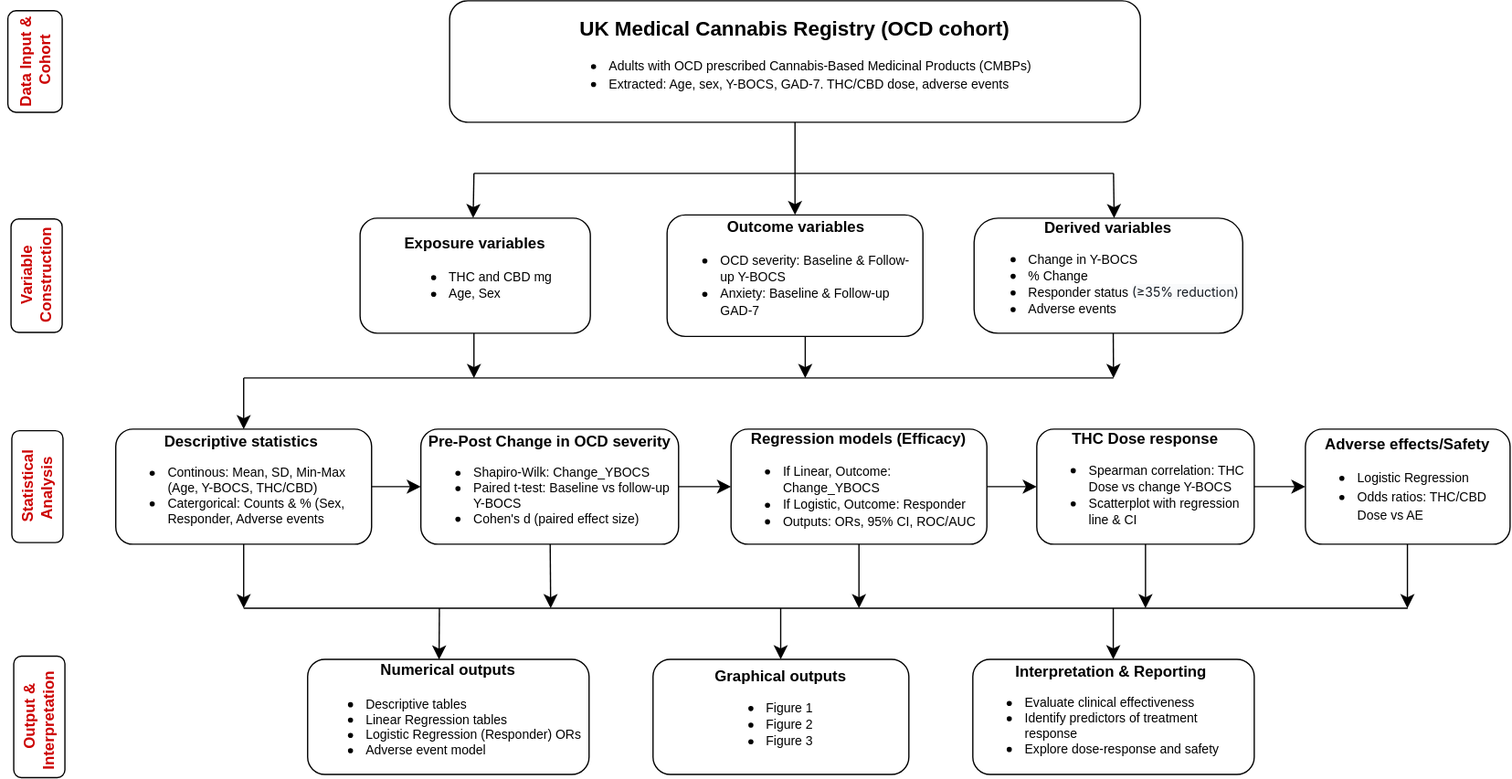
This is Untitled Diagram.drawio.svg from amy-gurung/first-data-project, a draw.io export, as it was before one commit. Source tidied: cells renumbered, new cells last; positions are measured from the earlier drawing's top-left corner, leaving out a move shared by most shapes.
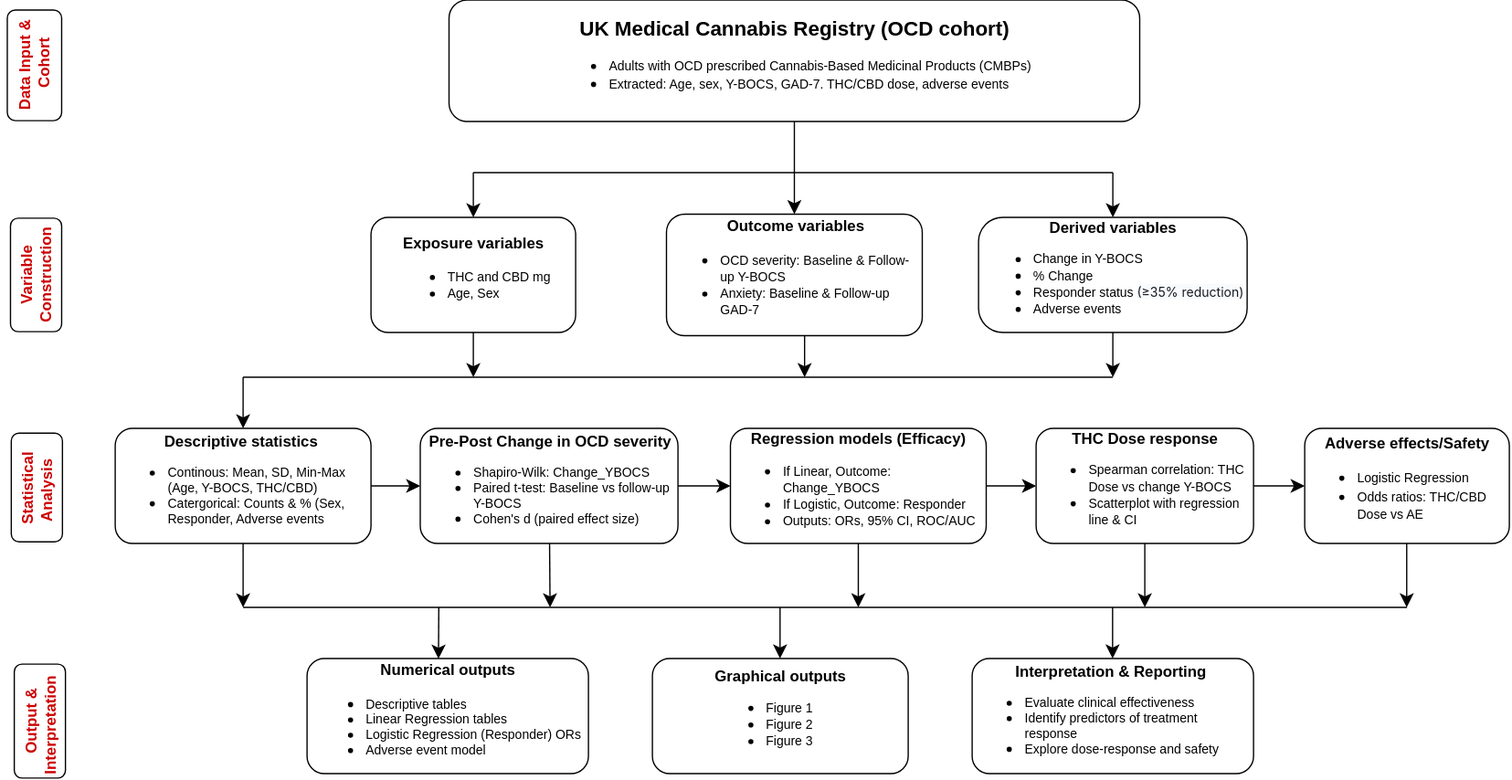
After the commit.

Diff of the diagram source:
```diff
@@ -14,8 +14,8 @@
         <mxPoint x="387" y="295" as="targetPoint" />
       </mxGeometry>
     </mxCell>
-    <mxCell id="5" value="&lt;div style=&quot;line-height: 100%;&quot;&gt;&lt;div&gt;&lt;b&gt;&lt;font style=&quot;line-height: 130%;&quot;&gt;Exposure variables&lt;/font&gt;&lt;/b&gt;&lt;/div&gt;&lt;ul&gt;&lt;li style=&quot;text-align: left;&quot;&gt;&lt;font style=&quot;font-size: 10px;&quot;&gt;THC and CBD mg&lt;br&gt;&lt;/font&gt;&lt;/li&gt;&lt;li style=&quot;text-align: left;&quot;&gt;&lt;font style=&quot;font-size: 10px;&quot;&gt;Age, Sex&lt;/font&gt;&lt;/li&gt;&lt;/ul&gt;&lt;/div&gt;" style="rounded=1;whiteSpace=wrap;html=1;labelBackgroundColor=none;align=center;" parent="1" vertex="1">
-      <mxGeometry x="298" y="170" width="180" height="90" as="geometry" />
+    <mxCell id="5" value="&lt;div style=&quot;line-height: 100%;&quot;&gt;&lt;div style=&quot;&quot;&gt;&lt;b&gt;&lt;font style=&quot;line-height: 130%;&quot;&gt;Exposure variables&lt;/font&gt;&lt;/b&gt;&lt;/div&gt;&lt;ul&gt;&lt;li style=&quot;text-align: left;&quot;&gt;&lt;font style=&quot;font-size: 10px;&quot;&gt;THC and CBD mg&lt;br&gt;&lt;/font&gt;&lt;/li&gt;&lt;li style=&quot;text-align: left;&quot;&gt;&lt;font style=&quot;font-size: 10px;&quot;&gt;Age, Sex&lt;/font&gt;&lt;/li&gt;&lt;/ul&gt;&lt;/div&gt;" style="rounded=1;whiteSpace=wrap;html=1;labelBackgroundColor=none;align=center;" parent="1" vertex="1">
+      <mxGeometry x="307" y="170" width="160" height="90" as="geometry" />
     </mxCell>
     <mxCell id="6" style="edgeStyle=none;curved=1;rounded=0;jettySize=auto;html=1;fontSize=12;startSize=8;endSize=8;exitX=0.54;exitY=0.996;exitDx=0;exitDy=0;exitPerimeter=0;" parent="1" edge="1" source="7">
       <mxGeometry relative="1" as="geometry">
@@ -91,13 +91,13 @@
       <mxGeometry x="777" y="515" width="220" height="90" as="geometry" />
     </mxCell>
     <mxCell id="26" value="&lt;font color=&quot;#cc0000&quot;&gt;&lt;span style=&quot;caret-color: rgb(204, 0, 0);&quot;&gt;&lt;b&gt;Output &amp;amp; Interpretation &amp;nbsp;&lt;/b&gt;&lt;/span&gt;&lt;/font&gt;" style="rounded=1;whiteSpace=wrap;html=1;rotation=-90;" parent="1" vertex="1">
-      <mxGeometry x="-0.2" y="540" width="95" height="40" as="geometry" />
+      <mxGeometry x="3.5" y="543.9" width="89.1" height="40" as="geometry" />
     </mxCell>
     <mxCell id="27" value="&lt;b style=&quot;color: rgb(204, 0, 0);&quot;&gt;Statistical Analysis&amp;nbsp;&lt;/b&gt;" style="rounded=1;whiteSpace=wrap;html=1;rotation=-90;" parent="1" vertex="1">
-      <mxGeometry x="2" y="360" width="87.5" height="40" as="geometry" />
+      <mxGeometry x="3.2" y="361.2" width="85" height="40" as="geometry" />
     </mxCell>
     <mxCell id="28" value="&lt;b style=&quot;color: rgb(204, 0, 0);&quot;&gt;Data Input &amp;amp;&lt;/b&gt;&lt;div&gt;&lt;b style=&quot;color: rgb(204, 0, 0);&quot;&gt;&amp;nbsp;Cohort&lt;/b&gt;&lt;/div&gt;" style="rounded=1;whiteSpace=wrap;html=1;rotation=-90;" parent="1" vertex="1">
-      <mxGeometry x="4.2" y="26.2" width="79.4" height="42.5" as="geometry" />
+      <mxGeometry x="0.6" y="29.8" width="86.6" height="42.5" as="geometry" />
     </mxCell>
     <mxCell id="29" value="&lt;b style=&quot;color: rgb(204, 0, 0);&quot;&gt;Variable Construction&lt;/b&gt;" style="rounded=1;whiteSpace=wrap;html=1;rotation=-90;" parent="1" vertex="1">
       <mxGeometry x="0.8" y="195" width="88.8" height="40" as="geometry" />
@@ -108,13 +108,13 @@
     <mxCell id="31" style="edgeStyle=none;curved=1;rounded=0;orthogonalLoop=1;jettySize=auto;html=1;exitX=0.25;exitY=0;exitDx=0;exitDy=0;fontSize=12;startSize=8;endSize=8;" parent="1" edge="1" source="27" target="27">
       <mxGeometry relative="1" as="geometry" />
     </mxCell>
-    <mxCell id="32" style="edgeStyle=none;curved=1;rounded=0;jettySize=auto;html=1;fontSize=12;startSize=8;endSize=8;exitX=0.518;exitY=0.993;exitDx=0;exitDy=0;exitPerimeter=0;" parent="1" edge="1" source="33">
+    <mxCell id="32" style="edgeStyle=none;curved=1;rounded=0;jettySize=auto;html=1;fontSize=12;startSize=8;endSize=8;exitX=0.5;exitY=1;exitDx=0;exitDy=0;" parent="1" edge="1" source="33">
       <mxGeometry relative="1" as="geometry">
         <mxPoint x="887" y="295" as="targetPoint" />
       </mxGeometry>
     </mxCell>
     <mxCell id="33" value="&lt;div style=&quot;line-height: 100%;&quot;&gt;&lt;div&gt;&lt;b&gt;&lt;font&gt;Derived variables&lt;/font&gt;&lt;/b&gt;&lt;/div&gt;&lt;ul&gt;&lt;li style=&quot;text-align: left;&quot;&gt;&lt;font style=&quot;font-size: 10px;&quot;&gt;Change in Y-BOCS&lt;br&gt;&lt;/font&gt;&lt;/li&gt;&lt;li style=&quot;text-align: left;&quot;&gt;&lt;font style=&quot;font-size: 10px;&quot;&gt;% Change&lt;br&gt;&lt;/font&gt;&lt;/li&gt;&lt;li style=&quot;text-align: left;&quot;&gt;&lt;font style=&quot;font-size: 10px;&quot;&gt;Responder status&amp;nbsp;&lt;span style=&quot;caret-color: rgb(22, 28, 36); color: rgb(22, 28, 36); font-family: -apple-system, BlinkMacSystemFont, &amp;quot;Proxima Nova&amp;quot;, &amp;quot;Segoe UI&amp;quot;, Roboto, Helvetica, Arial, sans-serif; background-color: rgb(249, 250, 251);&quot;&gt;(≥35% reduction)&lt;/span&gt;&lt;br&gt;&lt;/font&gt;&lt;/li&gt;&lt;li style=&quot;text-align: left;&quot;&gt;&lt;font style=&quot;font-size: 10px;&quot;&gt;Adverse events&amp;nbsp;&lt;/font&gt;&lt;/li&gt;&lt;/ul&gt;&lt;/div&gt;" style="rounded=1;whiteSpace=wrap;html=1;labelBackgroundColor=none;spacing=1;arcSize=21;" parent="1" vertex="1">
-      <mxGeometry x="778" y="170" width="210" height="90" as="geometry" />
+      <mxGeometry x="782" y="170" width="210" height="90" as="geometry" />
     </mxCell>
     <mxCell id="34" style="endArrow=none;html=1;rounded=0;fontSize=12;startSize=8;endSize=8;curved=1;" parent="1" edge="1">
       <mxGeometry relative="1" as="geometry">
@@ -133,15 +133,15 @@
         <mxPoint x="207" y="295" as="sourcePoint" />
       </mxGeometry>
     </mxCell>
-    <mxCell id="37" style="endArrow=classic;html=1;rounded=0;fontSize=12;startSize=8;endSize=8;curved=1;entryX=0.491;entryY=-0.001;entryDx=0;entryDy=0;entryPerimeter=0;" parent="1" edge="1" target="5">
+    <mxCell id="37" style="endArrow=classic;html=1;rounded=0;fontSize=12;startSize=8;endSize=8;curved=1;" parent="1" edge="1">
       <mxGeometry relative="1" as="geometry">
         <mxPoint x="387" y="135" as="sourcePoint" />
+        <mxPoint x="387" y="170" as="targetPoint" />
       </mxGeometry>
     </mxCell>
-    <mxCell id="38" style="endArrow=classic;html=1;rounded=0;fontSize=12;startSize=8;endSize=8;curved=1;entryX=0.491;entryY=-0.001;entryDx=0;entryDy=0;entryPerimeter=0;" parent="1" edge="1">
+    <mxCell id="38" style="endArrow=classic;html=1;rounded=0;fontSize=12;startSize=8;endSize=8;curved=1;entryX=0.5;entryY=0;entryDx=0;entryDy=0;" parent="1" edge="1" target="33">
       <mxGeometry relative="1" as="geometry">
         <mxPoint x="887" y="135" as="sourcePoint" />
-        <mxPoint x="887.5" y="170" as="targetPoint" />
       </mxGeometry>
     </mxCell>
     <mxCell id="39" style="endArrow=none;html=1;rounded=0;fontSize=12;startSize=8;endSize=8;curved=1;" parent="1" edge="1">
```
